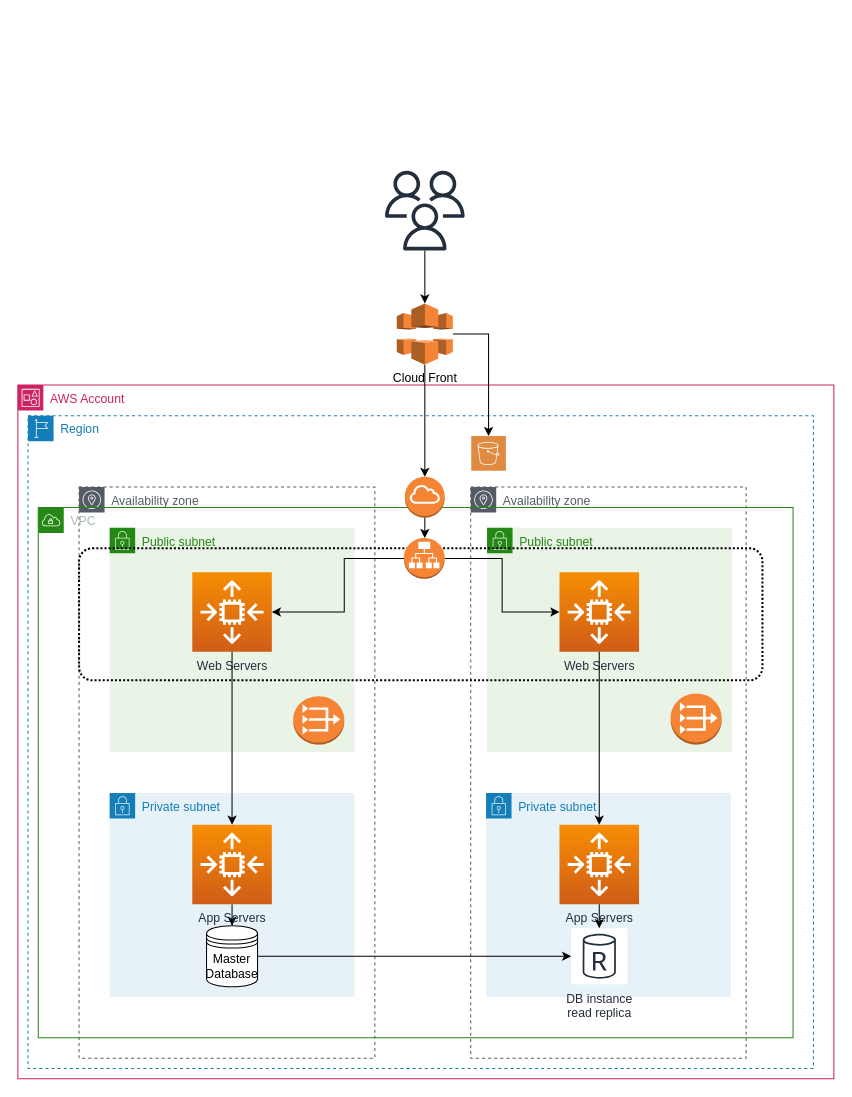
The draw.io diagram UdacityPart1.drawio in rahoolp/ipstatic, before the edit. Source tidied: cells renumbered, new cells numbered last; positions are measured from the earlier drawing's top-left corner, leaving out a move shared by most shapes. Both pictures are drawn from the tidied source at 102%, with x=0, y=0 at pixel (17, 170).
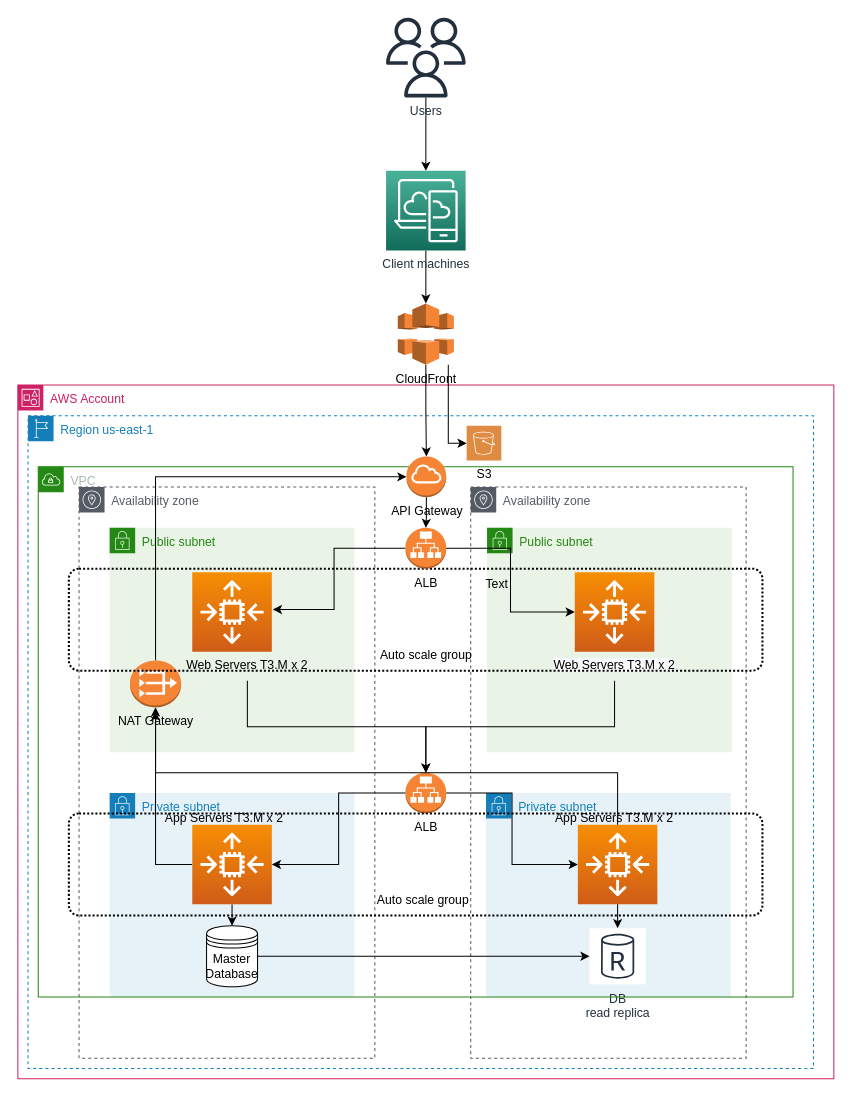
The same page after the edit.

The change refers to these unchanged cells:
```xml
<mxCell id="5" value="AWS Account" style="gradientColor=none;html=1;whiteSpace=wrap;fontSize=12;fontStyle=0;shape=mxgraph.aws4.group;grIcon=mxgraph.aws4.group_account;strokeColor=#CD2264;fillColor=none;verticalAlign=top;align=left;spacingLeft=30;fontColor=#CD2264;dashed=0;" parent="2" vertex="1">
  <mxGeometry x="-10" y="-30" width="800" height="680" as="geometry" />
</mxCell>
<mxCell id="7" value="Private subnet" style="gradientColor=none;html=1;whiteSpace=wrap;fontSize=12;fontStyle=0;shape=mxgraph.aws4.group;grIcon=mxgraph.aws4.group_security_group;grStroke=0;strokeColor=#147EBA;fillColor=#E6F2F8;verticalAlign=top;align=left;spacingLeft=30;fontColor=#147EBA;dashed=0;" parent="5" vertex="1">
  <mxGeometry x="459" y="400" width="240" height="200" as="geometry" />
</mxCell>
<mxCell id="9" value="Public subnet" style="gradientColor=none;html=1;whiteSpace=wrap;fontSize=12;fontStyle=0;shape=mxgraph.aws4.group;grIcon=mxgraph.aws4.group_security_group;grStroke=0;strokeColor=#248814;fillColor=#E9F3E6;verticalAlign=top;align=left;spacingLeft=30;fontColor=#248814;dashed=0;" parent="5" vertex="1">
  <mxGeometry x="90" y="140" width="240" height="220" as="geometry" />
</mxCell>
```

What changed in the source:
```diff
@@
-    <mxCell id="2" value="Region" style="gradientColor=none;html=1;whiteSpace=wrap;fontSize=12;fontStyle=0;shape=mxgraph.aws4.group;grIcon=mxgraph.aws4.group_region;strokeColor=#147EBA;fillColor=none;verticalAlign=top;align=left;spacingLeft=30;fontColor=#147EBA;dashed=1;" parent="1" vertex="1">
+    <mxCell id="2" value="Region us-east-1" style="gradientColor=none;html=1;whiteSpace=wrap;fontSize=12;fontStyle=0;shape=mxgraph.aws4.group;grIcon=mxgraph.aws4.group_region;strokeColor=#147EBA;fillColor=none;verticalAlign=top;align=left;spacingLeft=30;fontColor=#147EBA;dashed=1;" parent="1" vertex="1">
       <mxGeometry x="10" y="240" width="770" height="640" as="geometry" />
     </mxCell>
@@
-    <mxCell id="8" value="Availability zone" style="sketch=0;gradientColor=none;html=1;whiteSpace=wrap;fontSize=12;fontStyle=0;shape=mxgraph.aws4.group;grIcon=mxgraph.aws4.group_availability_zone;strokeColor=#545B64;fillColor=none;verticalAlign=top;align=left;spacingLeft=30;fontColor=#545B64;dashed=1;" parent="5" vertex="1">
-      <mxGeometry x="60" y="100" width="290" height="560" as="geometry" />
-    </mxCell>
+    <mxCell id="21" style="sketch=0;points=[[0,0,0],[0.25,0,0],[0.5,0,0],[0.75,0,0],[1,0,0],[0,1,0],[0.25,1,0],[0.5,1,0],[0.75,1,0],[1,1,0],[0,0.25,0],[0,0.5,0],[0,0.75,0],[1,0.25,0],[1,0.5,0],[1,0.75,0]];outlineConnect=0;fontColor=#232F3E;gradientColor=#F78E04;gradientDirection=north;fillColor=#D05C17;strokeColor=#ffffff;dashed=0;verticalLabelPosition=bottom;verticalAlign=top;align=center;html=1;fontSize=12;fontStyle=0;shape=mxgraph.aws4.resourceIcon;resIcon=mxgraph.aws4.auto_scaling2;" parent="7" vertex="1">
+      <mxGeometry x="90" y="31" width="78" height="78" as="geometry" />
+    </mxCell>
+    <mxCell id="22" value="DB&lt;br&gt;read replica" style="sketch=0;outlineConnect=0;fontColor=#232F3E;gradientColor=none;strokeColor=#232F3E;fillColor=#ffffff;dashed=0;verticalLabelPosition=bottom;verticalAlign=top;align=center;html=1;fontSize=12;fontStyle=0;shape=mxgraph.aws4.resourceIcon;resIcon=mxgraph.aws4.db_instance_read_replica;" parent="7" vertex="1">
+      <mxGeometry x="101.5" y="132.5" width="55" height="55" as="geometry" />
+    </mxCell>
+    <mxCell id="23" style="edgeStyle=orthogonalEdgeStyle;rounded=0;jettySize=auto;html=1;" parent="7" edge="1" source="21" target="22">
+      <mxGeometry relative="1" as="geometry" />
+    </mxCell>
@@
-    <mxCell id="10" value="Web Servers" style="sketch=0;points=[[0,0,0],[0.25,0,0],[0.5,0,0],[0.75,0,0],[1,0,0],[0,1,0],[0.25,1,0],[0.5,1,0],[0.75,1,0],[1,1,0],[0,0.25,0],[0,0.5,0],[0,0.75,0],[1,0.25,0],[1,0.5,0],[1,0.75,0]];outlineConnect=0;fontColor=#232F3E;gradientColor=#F78E04;gradientDirection=north;fillColor=#D05C17;strokeColor=#ffffff;dashed=0;verticalLabelPosition=bottom;verticalAlign=top;align=center;html=1;fontSize=12;fontStyle=0;shape=mxgraph.aws4.resourceIcon;resIcon=mxgraph.aws4.auto_scaling2;" parent="9" vertex="1">
+    <mxCell id="10" style="sketch=0;points=[[0,0,0],[0.25,0,0],[0.5,0,0],[0.75,0,0],[1,0,0],[0,1,0],[0.25,1,0],[0.5,1,0],[0.75,1,0],[1,1,0],[0,0.25,0],[0,0.5,0],[0,0.75,0],[1,0.25,0],[1,0.5,0],[1,0.75,0]];outlineConnect=0;fontColor=#232F3E;gradientColor=#F78E04;gradientDirection=north;fillColor=#D05C17;strokeColor=#ffffff;dashed=0;verticalLabelPosition=bottom;verticalAlign=top;align=center;html=1;fontSize=12;fontStyle=0;shape=mxgraph.aws4.resourceIcon;resIcon=mxgraph.aws4.auto_scaling2;" parent="9" vertex="1">
       <mxGeometry x="81" y="43.5" width="78" height="78" as="geometry" />
     </mxCell>
+    <mxCell id="8" value="Availability zone" style="sketch=0;gradientColor=none;html=1;whiteSpace=wrap;fontSize=12;fontStyle=0;shape=mxgraph.aws4.group;grIcon=mxgraph.aws4.group_availability_zone;strokeColor=#545B64;fillColor=none;verticalAlign=top;align=left;spacingLeft=30;fontColor=#545B64;dashed=1;" parent="5" vertex="1">
+      <mxGeometry x="60" y="100" width="290" height="560" as="geometry" />
+    </mxCell>
@@
+    <mxCell id="36" style="edgeStyle=orthogonalEdgeStyle;rounded=0;jettySize=auto;html=1;entryX=0;entryY=0.5;entryDx=0;entryDy=0;entryPerimeter=0;" parent="5" edge="1" source="15" target="26">
+      <mxGeometry relative="1" as="geometry">
+        <Array as="points">
+          <mxPoint x="135" y="90" />
+        </Array>
+      </mxGeometry>
+    </mxCell>
+    <mxCell id="15" value="NAT Gateway" style="outlineConnect=0;dashed=0;verticalLabelPosition=bottom;verticalAlign=top;align=center;html=1;shape=mxgraph.aws3.vpc_nat_gateway;fillColor=#F58534;gradientColor=none;" parent="5" vertex="1">
+      <mxGeometry x="110" y="270" width="50" height="46" as="geometry" />
+    </mxCell>
+    <mxCell id="37" style="edgeStyle=orthogonalEdgeStyle;rounded=0;jettySize=auto;html=1;" parent="5" edge="1" source="16" target="15">
+      <mxGeometry relative="1" as="geometry" />
+    </mxCell>
+    <mxCell id="16" style="sketch=0;points=[[0,0,0],[0.25,0,0],[0.5,0,0],[0.75,0,0],[1,0,0],[0,1,0],[0.25,1,0],[0.5,1,0],[0.75,1,0],[1,1,0],[0,0.25,0],[0,0.5,0],[0,0.75,0],[1,0.25,0],[1,0.5,0],[1,0.75,0]];outlineConnect=0;fontColor=#232F3E;gradientColor=#F78E04;gradientDirection=north;fillColor=#D05C17;strokeColor=#ffffff;dashed=0;verticalLabelPosition=bottom;verticalAlign=top;align=center;html=1;fontSize=12;fontStyle=0;shape=mxgraph.aws4.resourceIcon;resIcon=mxgraph.aws4.auto_scaling2;" parent="5" vertex="1">
+      <mxGeometry x="171" y="431" width="78" height="78" as="geometry" />
+    </mxCell>
+    <mxCell id="38" style="edgeStyle=orthogonalEdgeStyle;rounded=0;jettySize=auto;html=1;" parent="5" edge="1" source="27">
+      <mxGeometry relative="1" as="geometry">
+        <mxPoint x="250" y="220" as="targetPoint" />
+        <Array as="points">
+          <mxPoint x="310" y="160" />
+          <mxPoint x="310" y="220" />
+        </Array>
+      </mxGeometry>
+    </mxCell>
+    <mxCell id="25" value="VPC" style="gradientColor=none;html=1;whiteSpace=wrap;fontSize=12;fontStyle=0;shape=mxgraph.aws4.group;grIcon=mxgraph.aws4.group_vpc;strokeColor=#248814;fillColor=none;verticalAlign=top;align=left;spacingLeft=30;fontColor=#AAB7B8;dashed=0;" parent="5" vertex="1">
+      <mxGeometry x="20" y="80" width="740" height="520" as="geometry" />
+    </mxCell>
+    <mxCell id="39" value="App Servers T3.M x 2" style="text;html=1;strokeColor=none;fillColor=none;align=center;verticalAlign=middle;whiteSpace=wrap;rounded=0;" parent="25" vertex="1">
+      <mxGeometry x="120" y="330" width="125" height="30" as="geometry" />
+    </mxCell>
+    <mxCell id="40" value="App Servers T3.M x 2" style="text;html=1;strokeColor=none;fillColor=none;align=center;verticalAlign=middle;whiteSpace=wrap;rounded=0;" parent="25" vertex="1">
+      <mxGeometry x="500" y="330" width="130" height="30" as="geometry" />
+    </mxCell>
+    <mxCell id="41" style="edgeStyle=orthogonalEdgeStyle;rounded=0;jettySize=auto;html=1;entryX=0.5;entryY=0;entryDx=0;entryDy=0;entryPerimeter=0;exitX=0.5;exitY=1;exitDx=0;exitDy=0;" parent="25" edge="1" source="42" target="43">
+      <mxGeometry relative="1" as="geometry" />
+    </mxCell>
+    <mxCell id="42" value="&lt;span style=&quot;color: rgb(0, 0, 0); font-family: Helvetica; font-size: 12px; font-style: normal; font-variant-ligatures: normal; font-variant-caps: normal; font-weight: 400; letter-spacing: normal; orphans: 2; text-align: center; text-indent: 0px; text-transform: none; widows: 2; word-spacing: 0px; -webkit-text-stroke-width: 0px; background-color: rgb(248, 249, 250); text-decoration-thickness: initial; text-decoration-style: initial; text-decoration-color: initial; float: none; display: inline !important;&quot;&gt;Web Servers T3.M x 2&lt;/span&gt;" style="text;html=1;strokeColor=none;fillColor=none;align=center;verticalAlign=middle;whiteSpace=wrap;rounded=0;" parent="25" vertex="1">
+      <mxGeometry x="495" y="180" width="140" height="30" as="geometry" />
+    </mxCell>
-    <mxCell id="14" value="Web Servers" style="sketch=0;points=[[0,0,0],[0.25,0,0],[0.5,0,0],[0.75,0,0],[1,0,0],[0,1,0],[0.25,1,0],[0.5,1,0],[0.75,1,0],[1,1,0],[0,0.25,0],[0,0.5,0],[0,0.75,0],[1,0.25,0],[1,0.5,0],[1,0.75,0]];outlineConnect=0;fontColor=#232F3E;gradientColor=#F78E04;gradientDirection=north;fillColor=#D05C17;strokeColor=#ffffff;dashed=0;verticalLabelPosition=bottom;verticalAlign=top;align=center;html=1;fontSize=12;fontStyle=0;shape=mxgraph.aws4.resourceIcon;resIcon=mxgraph.aws4.auto_scaling2;" parent="5" vertex="1">
-      <mxGeometry x="531" y="183.5" width="78" height="78" as="geometry" />
+    <mxCell id="14" style="sketch=0;points=[[0,0,0],[0.25,0,0],[0.5,0,0],[0.75,0,0],[1,0,0],[0,1,0],[0.25,1,0],[0.5,1,0],[0.75,1,0],[1,1,0],[0,0.25,0],[0,0.5,0],[0,0.75,0],[1,0.25,0],[1,0.5,0],[1,0.75,0]];outlineConnect=0;fontColor=#232F3E;gradientColor=#F78E04;gradientDirection=north;fillColor=#D05C17;strokeColor=#ffffff;dashed=0;verticalLabelPosition=bottom;verticalAlign=top;align=center;html=1;fontSize=12;fontStyle=0;shape=mxgraph.aws4.resourceIcon;resIcon=mxgraph.aws4.auto_scaling2;" parent="25" vertex="1">
+      <mxGeometry x="526" y="103.5" width="78" height="78" as="geometry" />
     </mxCell>
-    <mxCell id="15" style="outlineConnect=0;dashed=0;verticalLabelPosition=bottom;verticalAlign=top;align=center;html=1;shape=mxgraph.aws3.vpc_nat_gateway;fillColor=#F58534;gradientColor=none;" parent="5" vertex="1">
-      <mxGeometry x="270" y="305" width="50" height="47.5" as="geometry" />
-    </mxCell>
-    <mxCell id="16" value="App Servers" style="sketch=0;points=[[0,0,0],[0.25,0,0],[0.5,0,0],[0.75,0,0],[1,0,0],[0,1,0],[0.25,1,0],[0.5,1,0],[0.75,1,0],[1,1,0],[0,0.25,0],[0,0.5,0],[0,0.75,0],[1,0.25,0],[1,0.5,0],[1,0.75,0]];outlineConnect=0;fontColor=#232F3E;gradientColor=#F78E04;gradientDirection=north;fillColor=#D05C17;strokeColor=#ffffff;dashed=0;verticalLabelPosition=bottom;verticalAlign=top;align=center;html=1;fontSize=12;fontStyle=0;shape=mxgraph.aws4.resourceIcon;resIcon=mxgraph.aws4.auto_scaling2;" parent="5" vertex="1">
-      <mxGeometry x="171" y="431" width="78" height="78" as="geometry" />
-    </mxCell>
-    <mxCell id="17" style="sketch=0;shadow=0;dashed=0;html=1;strokeColor=none;fillColor=#DF8C42;labelPosition=center;verticalLabelPosition=bottom;verticalAlign=top;align=center;outlineConnect=0;shape=mxgraph.veeam2.aws_s3;" parent="5" vertex="1">
-      <mxGeometry x="444.5" y="50" width="34" height="34" as="geometry" />
-    </mxCell>
-    <mxCell id="18" style="dashed=0;verticalLabelPosition=bottom;verticalAlign=top;align=center;html=1;shape=mxgraph.aws3.vpc_nat_gateway;fillColor=#F58534;gradientColor=none;" parent="5" vertex="1">
-      <mxGeometry x="640" y="302.5" width="50" height="50" as="geometry" />
-    </mxCell>
-    <mxCell id="19" style="edgeStyle=orthogonalEdgeStyle;rounded=0;jettySize=auto;html=1;" parent="5" edge="1" source="10" target="16">
-      <mxGeometry relative="1" as="geometry" />
-    </mxCell>
-    <mxCell id="20" style="edgeStyle=orthogonalEdgeStyle;rounded=0;jettySize=auto;html=1;entryX=0.5;entryY=0;entryDx=0;entryDy=0;entryPerimeter=0;" parent="5" edge="1" source="14" target="21">
-      <mxGeometry relative="1" as="geometry" />
-    </mxCell>
-    <mxCell id="21" value="App Servers" style="sketch=0;points=[[0,0,0],[0.25,0,0],[0.5,0,0],[0.75,0,0],[1,0,0],[0,1,0],[0.25,1,0],[0.5,1,0],[0.75,1,0],[1,1,0],[0,0.25,0],[0,0.5,0],[0,0.75,0],[1,0.25,0],[1,0.5,0],[1,0.75,0]];outlineConnect=0;fontColor=#232F3E;gradientColor=#F78E04;gradientDirection=north;fillColor=#D05C17;strokeColor=#ffffff;dashed=0;verticalLabelPosition=bottom;verticalAlign=top;align=center;html=1;fontSize=12;fontStyle=0;shape=mxgraph.aws4.resourceIcon;resIcon=mxgraph.aws4.auto_scaling2;" parent="5" vertex="1">
-      <mxGeometry x="531" y="431" width="78" height="78" as="geometry" />
-    </mxCell>
-    <mxCell id="22" value="DB instance&#10;read replica" style="sketch=0;outlineConnect=0;fontColor=#232F3E;gradientColor=none;strokeColor=#232F3E;fillColor=#ffffff;dashed=0;verticalLabelPosition=bottom;verticalAlign=top;align=center;html=1;fontSize=12;fontStyle=0;shape=mxgraph.aws4.resourceIcon;resIcon=mxgraph.aws4.db_instance_read_replica;" parent="5" vertex="1">
-      <mxGeometry x="542.5" y="532.5" width="55" height="55" as="geometry" />
-    </mxCell>
-    <mxCell id="23" style="edgeStyle=orthogonalEdgeStyle;rounded=0;jettySize=auto;html=1;" parent="5" edge="1" source="21" target="22">
-      <mxGeometry relative="1" as="geometry" />
-    </mxCell>
+    <mxCell id="43" value="ALB" style="outlineConnect=0;dashed=0;verticalLabelPosition=bottom;verticalAlign=top;align=center;html=1;shape=mxgraph.aws3.application_load_balancer;fillColor=#F58534;gradientColor=none;" parent="25" vertex="1">
+      <mxGeometry x="360" y="300" width="40" height="40" as="geometry" />
+    </mxCell>
-    <mxCell id="24" style="rounded=1;arcSize=10;dashed=1;fillColor=none;gradientColor=none;dashPattern=1 1;strokeWidth=2;" parent="5" vertex="1">
-      <mxGeometry x="60" y="160" width="670" height="129.5" as="geometry" />
+    <mxCell id="24" value="  " style="rounded=1;arcSize=10;dashed=1;fillColor=none;gradientColor=none;dashPattern=1 1;strokeWidth=2;" parent="25" vertex="1">
+      <mxGeometry x="30" y="100" width="680" height="100" as="geometry" />
     </mxCell>
-    <mxCell id="25" value="VPC" style="gradientColor=none;html=1;whiteSpace=wrap;fontSize=12;fontStyle=0;shape=mxgraph.aws4.group;grIcon=mxgraph.aws4.group_vpc;strokeColor=#248814;fillColor=none;verticalAlign=top;align=left;spacingLeft=30;fontColor=#AAB7B8;dashed=0;" parent="1" vertex="1">
-      <mxGeometry x="20" y="330" width="740" height="520" as="geometry" />
-    </mxCell>
-    <mxCell id="26" style="outlineConnect=0;dashed=0;verticalLabelPosition=bottom;verticalAlign=top;align=center;html=1;shape=mxgraph.aws3.internet_gateway;fillColor=#F58534;gradientColor=none;" parent="25" vertex="1">
-      <mxGeometry x="359.5" y="-30" width="39" height="40" as="geometry" />
+    <mxCell id="26" value="API Gateway" style="outlineConnect=0;dashed=0;verticalLabelPosition=bottom;verticalAlign=top;align=center;html=1;shape=mxgraph.aws3.internet_gateway;fillColor=#F58534;gradientColor=none;" parent="25" vertex="1">
+      <mxGeometry x="361" y="-10" width="39" height="40" as="geometry" />
     </mxCell>
-    <mxCell id="27" style="outlineConnect=0;dashed=0;verticalLabelPosition=bottom;verticalAlign=top;align=center;html=1;shape=mxgraph.aws3.application_load_balancer;fillColor=#F58534;gradientColor=none;" parent="25" vertex="1">
-      <mxGeometry x="358.5" y="30" width="40" height="40" as="geometry" />
+    <mxCell id="27" value="ALB" style="outlineConnect=0;dashed=0;verticalLabelPosition=bottom;verticalAlign=top;align=center;html=1;shape=mxgraph.aws3.application_load_balancer;fillColor=#F58534;gradientColor=none;" parent="25" vertex="1">
+      <mxGeometry x="360" y="60" width="40" height="40" as="geometry" />
     </mxCell>
+    <mxCell id="34" style="edgeStyle=orthogonalEdgeStyle;rounded=0;jettySize=auto;html=1;entryX=0;entryY=0.5;entryDx=0;entryDy=0;entryPerimeter=0;" parent="25" edge="1" source="27" target="14">
+      <mxGeometry relative="1" as="geometry" />
+    </mxCell>
@@
+    <mxCell id="44" value="Auto scale group" style="text;html=1;strokeColor=none;fillColor=none;align=center;verticalAlign=middle;whiteSpace=wrap;rounded=0;" parent="25" vertex="1">
+      <mxGeometry x="322.5" y="170" width="115" height="30" as="geometry" />
+    </mxCell>
+    <mxCell id="45" style="edgeStyle=orthogonalEdgeStyle;rounded=0;jettySize=auto;html=1;" parent="5" edge="1" source="21">
+      <mxGeometry relative="1" as="geometry">
+        <mxPoint x="135" y="320" as="targetPoint" />
+        <Array as="points">
+          <mxPoint x="588" y="380" />
+          <mxPoint x="135" y="380" />
+        </Array>
+      </mxGeometry>
+    </mxCell>
+    <mxCell id="46" value="Web Servers T3.M x 2" style="text;html=1;strokeColor=none;fillColor=none;align=center;verticalAlign=middle;whiteSpace=wrap;rounded=0;" parent="5" vertex="1">
+      <mxGeometry x="160" y="260" width="130" height="30" as="geometry" />
+    </mxCell>
+    <mxCell id="47" style="edgeStyle=orthogonalEdgeStyle;rounded=0;jettySize=auto;html=1;exitX=0.5;exitY=1;exitDx=0;exitDy=0;" parent="5" edge="1" source="46" target="43">
+      <mxGeometry relative="1" as="geometry" />
+    </mxCell>
+    <mxCell id="48" style="edgeStyle=orthogonalEdgeStyle;rounded=0;jettySize=auto;html=1;entryX=1;entryY=0.5;entryDx=0;entryDy=0;entryPerimeter=0;" parent="5" edge="1" source="43" target="16">
+      <mxGeometry relative="1" as="geometry" />
+    </mxCell>
+    <mxCell id="49" style="edgeStyle=orthogonalEdgeStyle;rounded=0;jettySize=auto;html=1;entryX=0;entryY=0.5;entryDx=0;entryDy=0;entryPerimeter=0;" parent="5" edge="1" source="43" target="21">
+      <mxGeometry relative="1" as="geometry" />
+    </mxCell>
+    <mxCell id="50" value="  " style="rounded=1;arcSize=10;dashed=1;fillColor=none;gradientColor=none;dashPattern=1 1;strokeWidth=2;" parent="5" vertex="1">
+      <mxGeometry x="50" y="420" width="680" height="100" as="geometry" />
+    </mxCell>
+    <mxCell id="17" value="S3" style="sketch=0;shadow=0;dashed=0;html=1;strokeColor=none;fillColor=#DF8C42;labelPosition=center;verticalLabelPosition=bottom;verticalAlign=top;align=center;outlineConnect=0;shape=mxgraph.veeam2.aws_s3;" parent="5" vertex="1">
+      <mxGeometry x="440" y="40" width="34" height="34" as="geometry" />
+    </mxCell>
+    <mxCell id="51" value="Auto scale group" style="text;html=1;strokeColor=none;fillColor=none;align=center;verticalAlign=middle;whiteSpace=wrap;rounded=0;" parent="5" vertex="1">
+      <mxGeometry x="340" y="490" width="115" height="30" as="geometry" />
+    </mxCell>
@@
-    <mxCell id="30" style="edgeStyle=orthogonalEdgeStyle;rounded=0;jettySize=auto;html=1;" parent="1" edge="1" source="31" target="17">
-      <mxGeometry relative="1" as="geometry" />
-    </mxCell>
-    <mxCell id="31" value="Cloud Front" style="outlineConnect=0;dashed=0;verticalLabelPosition=bottom;verticalAlign=top;align=center;html=1;shape=mxgraph.aws3.cloudfront;fillColor=#F58536;gradientColor=none;" parent="1" vertex="1">
-      <mxGeometry x="371.5" y="130" width="55" height="60" as="geometry" />
+    <mxCell id="31" value="CloudFront&lt;br&gt;" style="outlineConnect=0;dashed=0;verticalLabelPosition=bottom;verticalAlign=top;align=center;html=1;shape=mxgraph.aws3.cloudfront;fillColor=#F58536;gradientColor=none;" parent="1" vertex="1">
+      <mxGeometry x="372.5" y="130" width="55" height="60" as="geometry" />
     </mxCell>
-    <mxCell id="32" style="edgeStyle=orthogonalEdgeStyle;rounded=0;jettySize=auto;html=1;" parent="1" edge="1" source="33" target="31">
+    <mxCell id="32" style="edgeStyle=orthogonalEdgeStyle;rounded=0;jettySize=auto;html=1;entryX=0.5;entryY=0;entryDx=0;entryDy=0;entryPerimeter=0;" parent="1" edge="1" source="33" target="53">
       <mxGeometry relative="1" as="geometry" />
     </mxCell>
-    <mxCell id="33" style="sketch=0;outlineConnect=0;fontColor=#232F3E;gradientColor=none;fillColor=#232F3D;strokeColor=none;dashed=0;verticalLabelPosition=bottom;verticalAlign=top;align=center;html=1;fontSize=12;fontStyle=0;shape=mxgraph.aws4.users;" parent="1" vertex="1">
-      <mxGeometry x="360" width="78" height="78" as="geometry" />
+    <mxCell id="33" value="Users" style="sketch=0;outlineConnect=0;fontColor=#232F3E;gradientColor=none;fillColor=#232F3D;strokeColor=none;dashed=0;verticalLabelPosition=bottom;verticalAlign=top;align=center;html=1;fontSize=12;fontStyle=0;shape=mxgraph.aws4.users;" parent="1" vertex="1">
+      <mxGeometry x="361" y="-150" width="78" height="78" as="geometry" />
     </mxCell>
-    <mxCell id="34" style="edgeStyle=orthogonalEdgeStyle;rounded=0;jettySize=auto;html=1;entryX=0;entryY=0.5;entryDx=0;entryDy=0;entryPerimeter=0;" parent="1" edge="1" source="27" target="14">
-      <mxGeometry relative="1" as="geometry" />
-    </mxCell>
-    <mxCell id="35" style="edgeStyle=orthogonalEdgeStyle;rounded=0;jettySize=auto;html=1;entryX=1;entryY=0.5;entryDx=0;entryDy=0;entryPerimeter=0;" parent="1" edge="1" source="27" target="10">
-      <mxGeometry relative="1" as="geometry">
-        <Array as="points">
-          <mxPoint x="320" y="380" />
-          <mxPoint x="320" y="433" />
-        </Array>
-      </mxGeometry>
-    </mxCell>
+    <mxCell id="52" style="edgeStyle=orthogonalEdgeStyle;rounded=0;jettySize=auto;html=1;" parent="1" edge="1" source="53" target="31">
+      <mxGeometry relative="1" as="geometry" />
+    </mxCell>
+    <mxCell id="53" value="Client machines" style="sketch=0;points=[[0,0,0],[0.25,0,0],[0.5,0,0],[0.75,0,0],[1,0,0],[0,1,0],[0.25,1,0],[0.5,1,0],[0.75,1,0],[1,1,0],[0,0.25,0],[0,0.5,0],[0,0.75,0],[1,0.25,0],[1,0.5,0],[1,0.75,0]];outlineConnect=0;fontColor=#232F3E;gradientColor=#4AB29A;gradientDirection=north;fillColor=#116D5B;strokeColor=#ffffff;dashed=0;verticalLabelPosition=bottom;verticalAlign=top;align=center;html=1;fontSize=12;fontStyle=0;shape=mxgraph.aws4.resourceIcon;resIcon=mxgraph.aws4.desktop_and_app_streaming;" parent="1" vertex="1">
+      <mxGeometry x="361" width="78" height="78" as="geometry" />
+    </mxCell>
+    <mxCell id="30" style="edgeStyle=orthogonalEdgeStyle;rounded=0;jettySize=auto;html=1;" parent="1" edge="1" source="31" target="17">
+      <mxGeometry relative="1" as="geometry">
+        <Array as="points">
+          <mxPoint x="422" y="260" />
+          <mxPoint x="422" y="260" />
+        </Array>
+      </mxGeometry>
+    </mxCell>
+    <mxCell id="54" value="Text" style="text;html=1;strokeColor=none;fillColor=none;align=center;verticalAlign=middle;whiteSpace=wrap;rounded=0;" parent="1" vertex="1">
+      <mxGeometry x="440" y="390" width="60" height="30" as="geometry" />
+    </mxCell>
```
